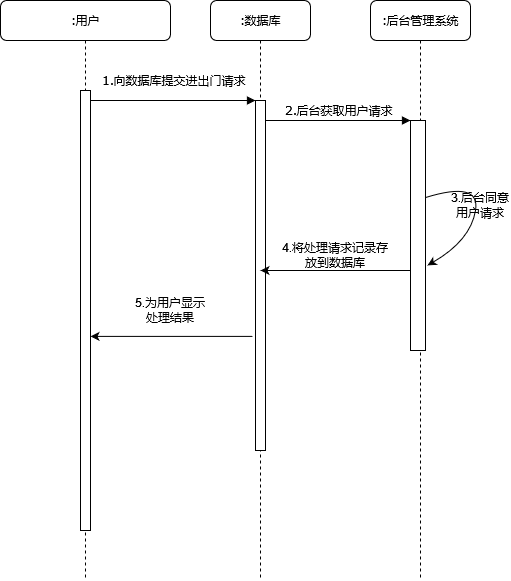
This is 交互.png from hoshinojyunn/design-model, a draw.io export, as it was before one commit. Source tidied: cells renumbered, new cells last; positions are measured from the earlier drawing's top-left corner, leaving out a move shared by most shapes.
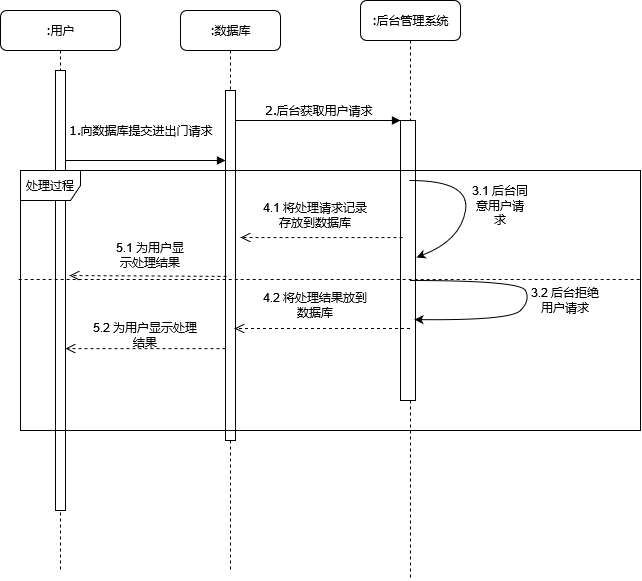
Later version of the same file.

The edit, as a diff of the source:
```diff
@@ -3,18 +3,21 @@
     <mxCell id="0" />
     <mxCell id="1" parent="0" />
     <mxCell id="2" value=":数据库" style="shape=umlLifeline;perimeter=lifelinePerimeter;whiteSpace=wrap;html=1;rounded=1;shadow=0;comic=0;labelBackgroundColor=none;strokeWidth=1;fontFamily=Verdana;fontSize=12;align=center;" parent="1" vertex="1">
-      <mxGeometry x="210" width="100" height="580" as="geometry" />
+      <mxGeometry x="310" y="10" width="100" height="560" as="geometry" />
     </mxCell>
     <mxCell id="3" style="html=1;points=[];perimeter=orthogonalPerimeter;rounded=0;shadow=0;comic=0;labelBackgroundColor=none;strokeWidth=1;fontFamily=Verdana;fontSize=12;align=center;" parent="2" vertex="1">
-      <mxGeometry x="45" y="100" width="10" height="350" as="geometry" />
+      <mxGeometry x="45" y="80" width="10" height="350" as="geometry" />
     </mxCell>
+    <mxCell id="13" value="4.1 将处理请求记录存放到数据库" style="text;html=1;strokeColor=none;fillColor=none;align=center;verticalAlign=middle;whiteSpace=wrap;rounded=0;" parent="2" vertex="1">
+      <mxGeometry x="80" y="190" width="110" height="30" as="geometry" />
+    </mxCell>
     <mxCell id="4" value=":后台管理系统" style="shape=umlLifeline;perimeter=lifelinePerimeter;whiteSpace=wrap;html=1;outlineConnect=0;rounded=1;shadow=0;comic=0;labelBackgroundColor=none;strokeWidth=1;fontFamily=Verdana;fontSize=12;align=center;" parent="1" vertex="1">
-      <mxGeometry x="370" width="100" height="580" as="geometry" />
+      <mxGeometry x="490" width="100" height="580" as="geometry" />
     </mxCell>
     <mxCell id="5" style="html=1;points=[];perimeter=orthogonalPerimeter;rounded=0;shadow=0;comic=0;labelBackgroundColor=none;strokeWidth=1;fontFamily=Verdana;fontSize=12;align=center;" parent="4" vertex="1">
-      <mxGeometry x="40" y="120" width="15" height="230" as="geometry" />
+      <mxGeometry x="40" y="120" width="15" height="280" as="geometry" />
     </mxCell>
-    <mxCell id="6" style="curved=1;endArrow=classic;html=1;rounded=0;exitX=1;exitY=0.335;exitDx=0;exitDy=0;exitPerimeter=0;entryX=1.133;entryY=0.63;entryDx=0;entryDy=0;entryPerimeter=0;" parent="4" edge="1" source="5" target="5">
+    <mxCell id="6" style="curved=1;endArrow=classic;html=1;rounded=0;entryX=1.067;entryY=0.489;entryDx=0;entryDy=0;entryPerimeter=0;" parent="4" edge="1" source="4" target="5">
       <mxGeometry relative="1" as="geometry">
         <Array as="points">
           <mxPoint x="110" y="180" />
@@ -23,33 +26,67 @@
       </mxGeometry>
     </mxCell>
     <mxCell id="7" value=":用户" style="shape=umlLifeline;perimeter=lifelinePerimeter;whiteSpace=wrap;html=1;rounded=1;shadow=0;comic=0;labelBackgroundColor=none;strokeWidth=1;fontFamily=Verdana;fontSize=12;align=center;" parent="1" vertex="1">
-      <mxGeometry width="170" height="580" as="geometry" />
+      <mxGeometry x="130" y="10" width="120" height="560" as="geometry" />
     </mxCell>
     <mxCell id="8" style="html=1;points=[];perimeter=orthogonalPerimeter;rounded=0;shadow=0;comic=0;labelBackgroundColor=none;strokeWidth=1;fontFamily=Verdana;fontSize=12;align=center;" parent="7" vertex="1">
-      <mxGeometry x="80" y="90" width="10" height="440" as="geometry" />
+      <mxGeometry x="55" y="60" width="10" height="440" as="geometry" />
     </mxCell>
-    <mxCell id="9" value="1.向数据库提交进出门请求" style="html=1;verticalAlign=bottom;endArrow=block;entryX=0;entryY=0;labelBackgroundColor=none;fontFamily=Verdana;fontSize=12;edgeStyle=elbowEdgeStyle;elbow=vertical;" parent="1" edge="1" source="8" target="3">
-      <mxGeometry y="10" relative="1" as="geometry" />
+    <mxCell id="9" value="1.向数据库提交进出门请求" style="html=1;verticalAlign=bottom;endArrow=block;entryX=0;entryY=0.2;labelBackgroundColor=none;fontFamily=Verdana;fontSize=12;edgeStyle=elbowEdgeStyle;elbow=vertical;entryDx=0;entryDy=0;entryPerimeter=0;" parent="1" edge="1" source="8" target="3">
+      <mxGeometry x="-0.06" y="20" relative="1" as="geometry">
+        <Array as="points">
+          <mxPoint x="270" y="160" />
+        </Array>
+      </mxGeometry>
     </mxCell>
     <mxCell id="10" value="2.后台获取用户请求" style="html=1;verticalAlign=bottom;endArrow=block;entryX=0;entryY=0;labelBackgroundColor=none;fontFamily=Verdana;fontSize=12;edgeStyle=elbowEdgeStyle;elbow=vertical;" parent="1" edge="1" source="3" target="5">
       <mxGeometry relative="1" as="geometry" />
     </mxCell>
-    <mxCell id="11" value="3.后台同意用户请求" style="text;html=1;strokeColor=none;fillColor=none;align=center;verticalAlign=middle;whiteSpace=wrap;rounded=0;" parent="1" vertex="1">
-      <mxGeometry x="450" y="190" width="60" height="30" as="geometry" />
+    <mxCell id="11" value="3.1 后台同意用户请求" style="text;html=1;strokeColor=none;fillColor=none;align=center;verticalAlign=middle;whiteSpace=wrap;rounded=0;" parent="1" vertex="1">
+      <mxGeometry x="600" y="190" width="60" height="30" as="geometry" />
     </mxCell>
-    <mxCell id="12" style="endArrow=classic;html=1;rounded=0;" parent="1" edge="1" source="5">
-      <mxGeometry relative="1" as="geometry">
-        <mxPoint x="260" y="270" as="targetPoint" />
-      </mxGeometry>
-    </mxCell>
-    <mxCell id="13" value="4.将处理请求记录存放到数据库" style="text;html=1;strokeColor=none;fillColor=none;align=center;verticalAlign=middle;whiteSpace=wrap;rounded=0;" parent="1" vertex="1">
-      <mxGeometry x="280" y="240" width="110" height="30" as="geometry" />
-    </mxCell>
-    <mxCell id="14" style="endArrow=classic;html=1;rounded=0;exitX=-0.3;exitY=0.674;exitDx=0;exitDy=0;exitPerimeter=0;" parent="1" edge="1" source="3" target="8">
-      <mxGeometry relative="1" as="geometry" />
-    </mxCell>
+    <mxCell id="16" style="html=1;verticalAlign=bottom;endArrow=open;dashed=1;endSize=8;rounded=0;exitX=0.133;exitY=0.418;exitDx=0;exitDy=0;exitPerimeter=0;" parent="1" edge="1" source="5">
+      <mxGeometry relative="1" as="geometry">
+        <mxPoint x="370" y="237" as="targetPoint" />
+      </mxGeometry>
+    </mxCell>
-    <mxCell id="15" value="5.为用户显示处理结果" style="text;html=1;strokeColor=none;fillColor=none;align=center;verticalAlign=middle;whiteSpace=wrap;rounded=0;" parent="1" vertex="1">
-      <mxGeometry x="130" y="295" width="80" height="30" as="geometry" />
+    <mxCell id="15" value="5.1 为用户显示处理结果" style="text;html=1;strokeColor=none;fillColor=none;align=center;verticalAlign=middle;whiteSpace=wrap;rounded=0;" parent="1" vertex="1">
+      <mxGeometry x="240" y="240" width="80" height="30" as="geometry" />
     </mxCell>
+    <mxCell id="17" style="html=1;verticalAlign=bottom;endArrow=open;dashed=1;endSize=8;rounded=0;entryX=1.4;entryY=0.466;entryDx=0;entryDy=0;entryPerimeter=0;exitX=0.1;exitY=0.531;exitDx=0;exitDy=0;exitPerimeter=0;" parent="1" edge="1" source="3" target="8">
+      <mxGeometry relative="1" as="geometry" />
+    </mxCell>
+    <mxCell id="18" value="处理过程" style="shape=umlFrame;whiteSpace=wrap;html=1;" parent="1" vertex="1">
+      <mxGeometry x="150" y="170" width="620" height="260" as="geometry" />
+    </mxCell>
+    <mxCell id="19" style="endArrow=none;dashed=1;html=1;rounded=0;exitX=-0.003;exitY=0.419;exitDx=0;exitDy=0;exitPerimeter=0;" parent="1" edge="1" source="18">
+      <mxGeometry relative="1" as="geometry">
+        <mxPoint x="770" y="279" as="targetPoint" />
+      </mxGeometry>
+    </mxCell>
+    <mxCell id="20" style="curved=1;endArrow=classic;html=1;rounded=0;entryX=0.933;entryY=0.711;entryDx=0;entryDy=0;entryPerimeter=0;" parent="1" edge="1" target="5">
+      <mxGeometry relative="1" as="geometry">
+        <mxPoint x="540" y="280" as="sourcePoint" />
+        <Array as="points">
+          <mxPoint x="650" y="280" />
+          <mxPoint x="660" y="300" />
+          <mxPoint x="640" y="320" />
+        </Array>
+      </mxGeometry>
+    </mxCell>
+    <mxCell id="21" value="3.2 后台拒绝用户请求" style="text;html=1;strokeColor=none;fillColor=none;align=center;verticalAlign=middle;whiteSpace=wrap;rounded=0;" parent="1" vertex="1">
+      <mxGeometry x="660" y="280" width="70" height="40" as="geometry" />
+    </mxCell>
+    <mxCell id="22" style="html=1;verticalAlign=bottom;endArrow=open;dashed=1;endSize=8;rounded=0;entryX=0.9;entryY=0.68;entryDx=0;entryDy=0;entryPerimeter=0;" parent="1" edge="1" source="4" target="3">
+      <mxGeometry relative="1" as="geometry" />
+    </mxCell>
+    <mxCell id="23" value="4.2 将处理结果放到数据库" style="text;html=1;strokeColor=none;fillColor=none;align=center;verticalAlign=middle;whiteSpace=wrap;rounded=0;" parent="1" vertex="1">
+      <mxGeometry x="390" y="290" width="110" height="30" as="geometry" />
+    </mxCell>
+    <mxCell id="24" style="html=1;verticalAlign=bottom;endArrow=open;dashed=1;endSize=8;rounded=0;entryX=1;entryY=0.632;entryDx=0;entryDy=0;entryPerimeter=0;" parent="1" edge="1" source="3" target="8">
+      <mxGeometry relative="1" as="geometry" />
+    </mxCell>
+    <mxCell id="25" value="5.2 为用户显示处理结果" style="text;html=1;strokeColor=none;fillColor=none;align=center;verticalAlign=middle;whiteSpace=wrap;rounded=0;" parent="1" vertex="1">
+      <mxGeometry x="220" y="320" width="110" height="30" as="geometry" />
+    </mxCell>
   </root>
 </mxGraphModel>
```
